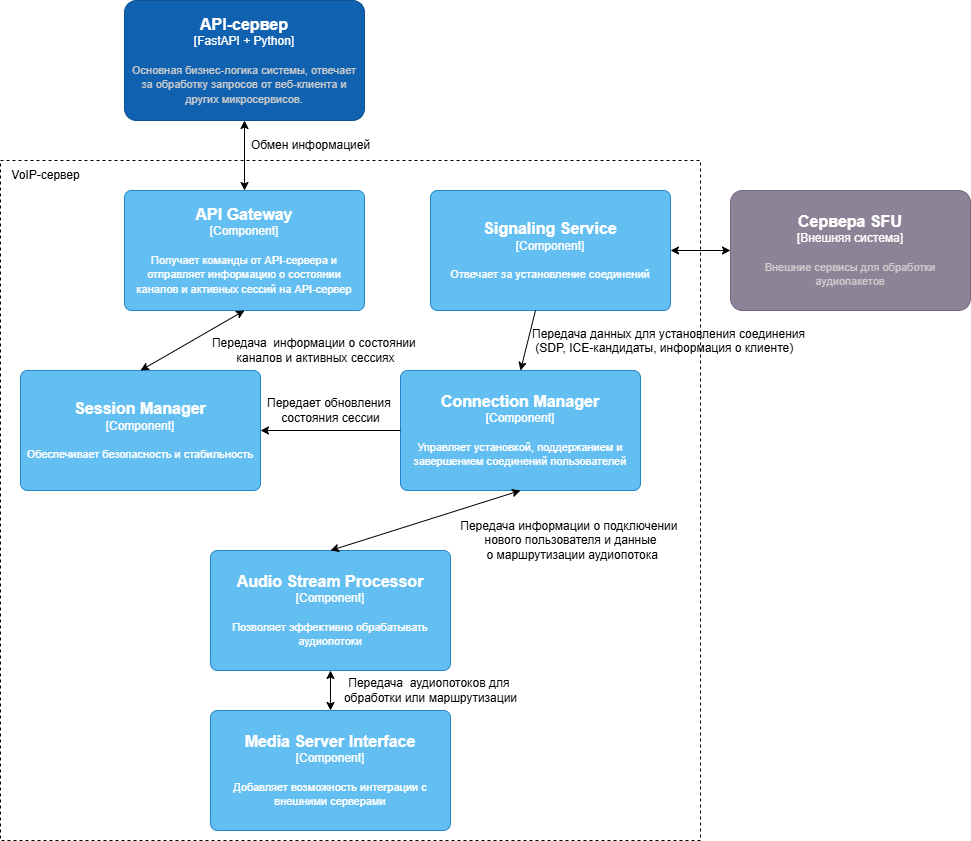
The draw.io diagram Lab Work №2/docs/Диаграмма компонентов(1).png in Clonn123/Software-Systems-Architecture-Design, before a commit. Source tidied: cells renumbered, new cells last; positions are measured from the earlier drawing's top-left corner, leaving out a move shared by most shapes. The source it was exported from:
```xml
<mxGraphModel>
  <root>
    <mxCell id="0" />
    <mxCell id="1" parent="0" />
    <object id="2" label="&lt;font style=&quot;font-size: 16px&quot;&gt;&lt;b&gt;%c4Name%&lt;/b&gt;&lt;/font&gt;&lt;div&gt;[%c4Type%]&lt;/div&gt;&lt;br&gt;&lt;div&gt;&lt;font style=&quot;font-size: 11px&quot;&gt;&lt;font color=&quot;#cccccc&quot;&gt;%c4Description%&lt;/font&gt;&lt;/div&gt;" c4Description="Основная бизнес-логика системы, отвечает за обработку запросов от веб-клиента и других микросервисов." c4Name="API-сервер" c4Type="FastAPI + Python" placeholders="1">
      <mxCell style="rounded=1;whiteSpace=wrap;html=1;labelBackgroundColor=none;fillColor=#1061B0;fontColor=#ffffff;align=center;arcSize=10;strokeColor=#0D5091;points=[[0.25,0,0],[0.5,0,0],[0.75,0,0],[1,0.25,0],[1,0.5,0],[1,0.75,0],[0.75,1,0],[0.5,1,0],[0.25,1,0],[0,0.75,0],[0,0.5,0],[0,0.25,0]];" parent="1" vertex="1">
        <mxGeometry x="124" width="240" height="120" as="geometry" />
      </mxCell>
    </object>
    <mxCell id="3" style="rounded=0;whiteSpace=wrap;html=1;fillColor=none;dashed=1;" parent="1" vertex="1">
      <mxGeometry y="160" width="700" height="680" as="geometry" />
    </mxCell>
    <object id="4" label="&lt;font style=&quot;font-size: 16px&quot;&gt;&lt;b&gt;%c4Name%&lt;/b&gt;&lt;/font&gt;&lt;div&gt;[%c4Type%]&lt;/div&gt;&lt;br&gt;&lt;div&gt;&lt;font style=&quot;font-size: 11px&quot;&gt;%c4Description%&lt;/font&gt;&lt;/div&gt;" c4Description="Получает команды от API-сервера и отправляет информацию о состоянии каналов и активных сессий на API-сервер" c4Name="API Gateway" c4Type="Component" placeholders="1">
      <mxCell style="rounded=1;whiteSpace=wrap;html=1;labelBackgroundColor=none;fillColor=#63BEF2;fontColor=#ffffff;align=center;arcSize=6;strokeColor=#2086C9;points=[[0.25,0,0],[0.5,0,0],[0.75,0,0],[1,0.25,0],[1,0.5,0],[1,0.75,0],[0.75,1,0],[0.5,1,0],[0.25,1,0],[0,0.75,0],[0,0.5,0],[0,0.25,0]];" parent="1" vertex="1">
        <mxGeometry x="124" y="190" width="240" height="120" as="geometry" />
      </mxCell>
    </object>
    <mxCell id="5" style="edgeStyle=orthogonalEdgeStyle;rounded=0;jettySize=auto;html=1;entryX=0.5;entryY=0;entryDx=0;entryDy=0;entryPerimeter=0;startArrow=classic;startFill=1;" parent="1" edge="1" source="2" target="4">
      <mxGeometry relative="1" as="geometry" />
    </mxCell>
    <mxCell id="6" value="Обмен информацией" style="text;html=1;align=center;verticalAlign=middle;strokeColor=none;fillColor=none;" parent="1" vertex="1">
      <mxGeometry x="240" y="130" width="140" height="30" as="geometry" />
    </mxCell>
    <object id="7" label="&lt;font style=&quot;font-size: 16px&quot;&gt;&lt;b&gt;%c4Name%&lt;/b&gt;&lt;/font&gt;&lt;div&gt;[%c4Type%]&lt;/div&gt;&lt;br&gt;&lt;div&gt;&lt;font style=&quot;font-size: 11px&quot;&gt;%c4Description%&lt;/font&gt;&lt;/div&gt;" c4Description="Обеспечивает безопасность и стабильность" c4Name="Session Manager" c4Type="Component" placeholders="1">
      <mxCell style="rounded=1;whiteSpace=wrap;html=1;labelBackgroundColor=none;fillColor=#63BEF2;fontColor=#ffffff;align=center;arcSize=6;strokeColor=#2086C9;points=[[0.25,0,0],[0.5,0,0],[0.75,0,0],[1,0.25,0],[1,0.5,0],[1,0.75,0],[0.75,1,0],[0.5,1,0],[0.25,1,0],[0,0.75,0],[0,0.5,0],[0,0.25,0]];" parent="1" vertex="1">
        <mxGeometry x="20" y="370" width="240" height="120" as="geometry" />
      </mxCell>
    </object>
    <mxCell id="8" style="rounded=0;jettySize=auto;html=1;exitX=0.5;exitY=1;exitDx=0;exitDy=0;exitPerimeter=0;entryX=0.5;entryY=0;entryDx=0;entryDy=0;entryPerimeter=0;startArrow=classic;startFill=1;" parent="1" edge="1" source="4" target="7">
      <mxGeometry relative="1" as="geometry" />
    </mxCell>
    <object id="9" label="&lt;font style=&quot;font-size: 16px&quot;&gt;&lt;b&gt;%c4Name%&lt;/b&gt;&lt;/font&gt;&lt;div&gt;[%c4Type%]&lt;/div&gt;&lt;br&gt;&lt;div&gt;&lt;font style=&quot;font-size: 11px&quot;&gt;%c4Description%&lt;/font&gt;&lt;/div&gt;" c4Description="Управляет установкой, поддержанием и завершением соединений пользователей" c4Name="Connection Manager" c4Type="Component" placeholders="1">
      <mxCell style="rounded=1;whiteSpace=wrap;html=1;labelBackgroundColor=none;fillColor=#63BEF2;fontColor=#ffffff;align=center;arcSize=6;strokeColor=#2086C9;points=[[0.25,0,0],[0.5,0,0],[0.75,0,0],[1,0.25,0],[1,0.5,0],[1,0.75,0],[0.75,1,0],[0.5,1,0],[0.25,1,0],[0,0.75,0],[0,0.5,0],[0,0.25,0]];" parent="1" vertex="1">
        <mxGeometry x="400" y="370" width="240" height="120" as="geometry" />
      </mxCell>
    </object>
    <object id="10" label="&lt;font style=&quot;font-size: 16px&quot;&gt;&lt;b&gt;%c4Name%&lt;/b&gt;&lt;/font&gt;&lt;div&gt;[%c4Type%]&lt;/div&gt;&lt;br&gt;&lt;div&gt;&lt;font style=&quot;font-size: 11px&quot;&gt;%c4Description%&lt;/font&gt;&lt;/div&gt;" c4Description="Позволяет эффективно обрабатывать аудиопотоки" c4Name="Audio Stream Processor" c4Type="Component" placeholders="1">
      <mxCell style="rounded=1;whiteSpace=wrap;html=1;labelBackgroundColor=none;fillColor=#63BEF2;fontColor=#ffffff;align=center;arcSize=6;strokeColor=#2086C9;points=[[0.25,0,0],[0.5,0,0],[0.75,0,0],[1,0.25,0],[1,0.5,0],[1,0.75,0],[0.75,1,0],[0.5,1,0],[0.25,1,0],[0,0.75,0],[0,0.5,0],[0,0.25,0]];" parent="1" vertex="1">
        <mxGeometry x="210" y="550" width="240" height="120" as="geometry" />
      </mxCell>
    </object>
    <object id="11" label="&lt;font style=&quot;font-size: 16px&quot;&gt;&lt;b&gt;%c4Name%&lt;/b&gt;&lt;/font&gt;&lt;div&gt;[%c4Type%]&lt;/div&gt;&lt;br&gt;&lt;div&gt;&lt;font style=&quot;font-size: 11px&quot;&gt;%c4Description%&lt;/font&gt;&lt;/div&gt;" c4Description="Добавляет возможность интеграции с внешними серверами" c4Name="Media Server Interface" c4Type="Component" placeholders="1">
      <mxCell style="rounded=1;whiteSpace=wrap;html=1;labelBackgroundColor=none;fillColor=#63BEF2;fontColor=#ffffff;align=center;arcSize=6;strokeColor=#2086C9;points=[[0.25,0,0],[0.5,0,0],[0.75,0,0],[1,0.25,0],[1,0.5,0],[1,0.75,0],[0.75,1,0],[0.5,1,0],[0.25,1,0],[0,0.75,0],[0,0.5,0],[0,0.25,0]];" parent="1" vertex="1">
        <mxGeometry x="210" y="710" width="240" height="120" as="geometry" />
      </mxCell>
    </object>
    <object id="12" label="&lt;font style=&quot;font-size: 16px&quot;&gt;&lt;b&gt;%c4Name%&lt;/b&gt;&lt;/font&gt;&lt;div&gt;[%c4Type%]&lt;/div&gt;&lt;br&gt;&lt;div&gt;&lt;font style=&quot;font-size: 11px&quot;&gt;&lt;font color=&quot;#cccccc&quot;&gt;%c4Description%&lt;/font&gt;&lt;/div&gt;" c4Description="Внешние сервисы для обработки аудиопакетов" c4Name="Сервера SFU" c4Type="Внешняя система" placeholders="1">
      <mxCell style="rounded=1;whiteSpace=wrap;html=1;labelBackgroundColor=none;fillColor=#8C8496;fontColor=#ffffff;align=center;arcSize=10;strokeColor=#736782;points=[[0.25,0,0],[0.5,0,0],[0.75,0,0],[1,0.25,0],[1,0.5,0],[1,0.75,0],[0.75,1,0],[0.5,1,0],[0.25,1,0],[0,0.75,0],[0,0.5,0],[0,0.25,0]];" parent="1" vertex="1">
        <mxGeometry x="730" y="190" width="240" height="120" as="geometry" />
      </mxCell>
    </object>
    <object id="13" label="&lt;font style=&quot;font-size: 16px&quot;&gt;&lt;b&gt;%c4Name%&lt;/b&gt;&lt;/font&gt;&lt;div&gt;[%c4Type%]&lt;/div&gt;&lt;br&gt;&lt;div&gt;&lt;font style=&quot;font-size: 11px&quot;&gt;%c4Description%&lt;/font&gt;&lt;/div&gt;" c4Description="Отвечает за установление соединений" c4Name="Signaling Service" c4Type="Component" placeholders="1">
      <mxCell style="rounded=1;whiteSpace=wrap;html=1;labelBackgroundColor=none;fillColor=#63BEF2;fontColor=#ffffff;align=center;arcSize=6;strokeColor=#2086C9;points=[[0.25,0,0],[0.5,0,0],[0.75,0,0],[1,0.25,0],[1,0.5,0],[1,0.75,0],[0.75,1,0],[0.5,1,0],[0.25,1,0],[0,0.75,0],[0,0.5,0],[0,0.25,0]];" parent="1" vertex="1">
        <mxGeometry x="430" y="190" width="240" height="120" as="geometry" />
      </mxCell>
    </object>
    <mxCell id="14" style="edgeStyle=orthogonalEdgeStyle;rounded=0;jettySize=auto;html=1;entryX=0;entryY=0.5;entryDx=0;entryDy=0;entryPerimeter=0;startArrow=classic;startFill=1;" parent="1" edge="1" source="13" target="12">
      <mxGeometry relative="1" as="geometry" />
    </mxCell>
    <mxCell id="15" style="rounded=0;jettySize=auto;html=1;entryX=0.5;entryY=0;entryDx=0;entryDy=0;entryPerimeter=0;" parent="1" edge="1" source="13" target="9">
      <mxGeometry relative="1" as="geometry" />
    </mxCell>
    <mxCell id="16" style="rounded=0;jettySize=auto;html=1;entryX=0.5;entryY=0;entryDx=0;entryDy=0;entryPerimeter=0;startArrow=classic;startFill=1;exitX=0.5;exitY=1;exitDx=0;exitDy=0;exitPerimeter=0;" parent="1" edge="1" source="9" target="10">
      <mxGeometry relative="1" as="geometry" />
    </mxCell>
    <mxCell id="17" style="edgeStyle=orthogonalEdgeStyle;rounded=0;jettySize=auto;html=1;entryX=1;entryY=0.5;entryDx=0;entryDy=0;entryPerimeter=0;" parent="1" edge="1" source="9" target="7">
      <mxGeometry relative="1" as="geometry" />
    </mxCell>
    <mxCell id="18" style="edgeStyle=orthogonalEdgeStyle;rounded=0;jettySize=auto;html=1;entryX=0.5;entryY=0;entryDx=0;entryDy=0;entryPerimeter=0;startArrow=classic;startFill=1;" parent="1" edge="1" source="10" target="11">
      <mxGeometry relative="1" as="geometry" />
    </mxCell>
    <mxCell id="19" value="Передача данных для установления соединения&lt;div&gt;&amp;nbsp;(SDP, ICE-кандидаты, информация о клиенте)&lt;/div&gt;" style="text;whiteSpace=wrap;html=1;" parent="1" vertex="1">
      <mxGeometry x="530" y="320" width="280" height="40" as="geometry" />
    </mxCell>
    <mxCell id="20" value="Передача информации о подключении&amp;nbsp;&lt;div&gt;нового пользователя&amp;nbsp;&lt;span style=&quot;background-color: initial;&quot;&gt;и данные&lt;/span&gt;&lt;/div&gt;&lt;div&gt;&lt;span style=&quot;background-color: initial;&quot;&gt;&amp;nbsp;о маршрутизации аудиопотока&lt;/span&gt;&lt;/div&gt;" style="text;html=1;align=center;verticalAlign=middle;strokeColor=none;fillColor=none;" parent="1" vertex="1">
      <mxGeometry x="450" y="510" width="240" height="60" as="geometry" />
    </mxCell>
    <mxCell id="21" value="Передает&amp;nbsp;обновления&amp;nbsp;&lt;div&gt;состояния сессии&lt;/div&gt;" style="text;html=1;align=center;verticalAlign=middle;strokeColor=none;fillColor=none;" parent="1" vertex="1">
      <mxGeometry x="255" y="390" width="150" height="40" as="geometry" />
    </mxCell>
    <mxCell id="22" value="Передача&amp;nbsp; аудиопотоков для&amp;nbsp;&lt;div&gt;обработки или маршрутизации&lt;/div&gt;" style="text;html=1;align=center;verticalAlign=middle;strokeColor=none;fillColor=none;" parent="1" vertex="1">
      <mxGeometry x="330" y="670" width="200" height="40" as="geometry" />
    </mxCell>
    <mxCell id="23" value="Передача&amp;nbsp; информации о состоянии&amp;nbsp;&lt;div&gt;каналов и активных сессиях&lt;/div&gt;" style="text;html=1;align=center;verticalAlign=middle;strokeColor=none;fillColor=none;" parent="1" vertex="1">
      <mxGeometry x="200" y="330" width="230" height="40" as="geometry" />
    </mxCell>
    <mxCell id="24" value="VoIP-сервер" style="text;html=1;align=center;verticalAlign=middle;strokeColor=none;fillColor=none;" parent="1" vertex="1">
      <mxGeometry y="160" width="90" height="30" as="geometry" />
    </mxCell>
  </root>
</mxGraphModel>
```
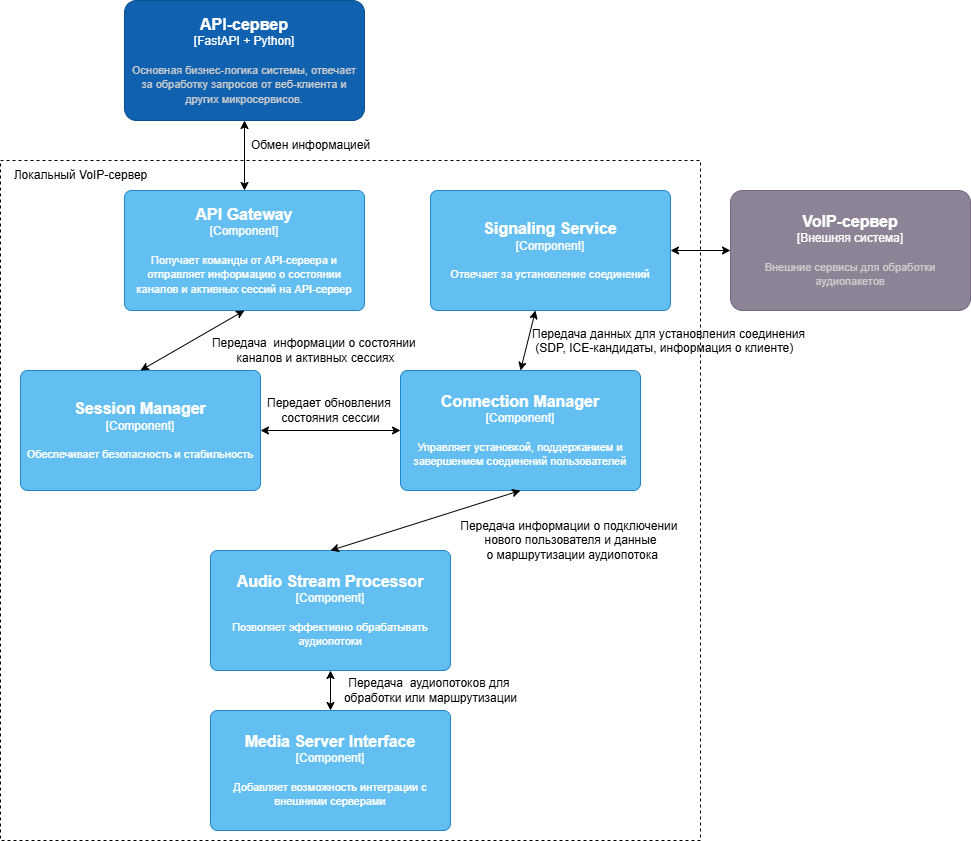
The same diagram one commit later.

Diff of the diagram source:
```diff
@@ -44,7 +44,7 @@
         <mxGeometry x="210" y="710" width="240" height="120" as="geometry" />
       </mxCell>
     </object>
-    <object id="12" label="&lt;font style=&quot;font-size: 16px&quot;&gt;&lt;b&gt;%c4Name%&lt;/b&gt;&lt;/font&gt;&lt;div&gt;[%c4Type%]&lt;/div&gt;&lt;br&gt;&lt;div&gt;&lt;font style=&quot;font-size: 11px&quot;&gt;&lt;font color=&quot;#cccccc&quot;&gt;%c4Description%&lt;/font&gt;&lt;/div&gt;" c4Description="Внешние сервисы для обработки аудиопакетов" c4Name="Сервера SFU" c4Type="Внешняя система" placeholders="1">
+    <object id="12" label="&lt;font style=&quot;font-size: 16px&quot;&gt;&lt;b&gt;%c4Name%&lt;/b&gt;&lt;/font&gt;&lt;div&gt;[%c4Type%]&lt;/div&gt;&lt;br&gt;&lt;div&gt;&lt;font style=&quot;font-size: 11px&quot;&gt;&lt;font color=&quot;#cccccc&quot;&gt;%c4Description%&lt;/font&gt;&lt;/div&gt;" c4Description="Внешние сервисы для обработки аудиопакетов" c4Name="VoIP-сервер" c4Type="Внешняя система" placeholders="1">
       <mxCell style="rounded=1;whiteSpace=wrap;html=1;labelBackgroundColor=none;fillColor=#8C8496;fontColor=#ffffff;align=center;arcSize=10;strokeColor=#736782;points=[[0.25,0,0],[0.5,0,0],[0.75,0,0],[1,0.25,0],[1,0.5,0],[1,0.75,0],[0.75,1,0],[0.5,1,0],[0.25,1,0],[0,0.75,0],[0,0.5,0],[0,0.25,0]];" parent="1" vertex="1">
         <mxGeometry x="730" y="190" width="240" height="120" as="geometry" />
       </mxCell>
@@ -57,13 +57,13 @@
     <mxCell id="14" style="edgeStyle=orthogonalEdgeStyle;rounded=0;jettySize=auto;html=1;entryX=0;entryY=0.5;entryDx=0;entryDy=0;entryPerimeter=0;startArrow=classic;startFill=1;" parent="1" edge="1" source="13" target="12">
       <mxGeometry relative="1" as="geometry" />
     </mxCell>
-    <mxCell id="15" style="rounded=0;jettySize=auto;html=1;entryX=0.5;entryY=0;entryDx=0;entryDy=0;entryPerimeter=0;" parent="1" edge="1" source="13" target="9">
+    <mxCell id="15" style="rounded=0;jettySize=auto;html=1;entryX=0.5;entryY=0;entryDx=0;entryDy=0;entryPerimeter=0;startArrow=classic;startFill=1;" parent="1" edge="1" source="13" target="9">
       <mxGeometry relative="1" as="geometry" />
     </mxCell>
     <mxCell id="16" style="rounded=0;jettySize=auto;html=1;entryX=0.5;entryY=0;entryDx=0;entryDy=0;entryPerimeter=0;startArrow=classic;startFill=1;exitX=0.5;exitY=1;exitDx=0;exitDy=0;exitPerimeter=0;" parent="1" edge="1" source="9" target="10">
       <mxGeometry relative="1" as="geometry" />
     </mxCell>
-    <mxCell id="17" style="edgeStyle=orthogonalEdgeStyle;rounded=0;jettySize=auto;html=1;entryX=1;entryY=0.5;entryDx=0;entryDy=0;entryPerimeter=0;" parent="1" edge="1" source="9" target="7">
+    <mxCell id="17" style="edgeStyle=orthogonalEdgeStyle;rounded=0;jettySize=auto;html=1;entryX=1;entryY=0.5;entryDx=0;entryDy=0;entryPerimeter=0;startArrow=classic;startFill=1;" parent="1" edge="1" source="9" target="7">
       <mxGeometry relative="1" as="geometry" />
     </mxCell>
     <mxCell id="18" style="edgeStyle=orthogonalEdgeStyle;rounded=0;jettySize=auto;html=1;entryX=0.5;entryY=0;entryDx=0;entryDy=0;entryPerimeter=0;startArrow=classic;startFill=1;" parent="1" edge="1" source="10" target="11">
@@ -84,8 +84,8 @@
     <mxCell id="23" value="Передача&amp;nbsp; информации о состоянии&amp;nbsp;&lt;div&gt;каналов и активных сессиях&lt;/div&gt;" style="text;html=1;align=center;verticalAlign=middle;strokeColor=none;fillColor=none;" parent="1" vertex="1">
       <mxGeometry x="200" y="330" width="230" height="40" as="geometry" />
     </mxCell>
-    <mxCell id="24" value="VoIP-сервер" style="text;html=1;align=center;verticalAlign=middle;strokeColor=none;fillColor=none;" parent="1" vertex="1">
-      <mxGeometry y="160" width="90" height="30" as="geometry" />
+    <mxCell id="24" value="Локальный VoIP-сервер" style="text;html=1;align=center;verticalAlign=middle;strokeColor=none;fillColor=none;" parent="1" vertex="1">
+      <mxGeometry y="160" width="160" height="30" as="geometry" />
     </mxCell>
   </root>
 </mxGraphModel>
```
